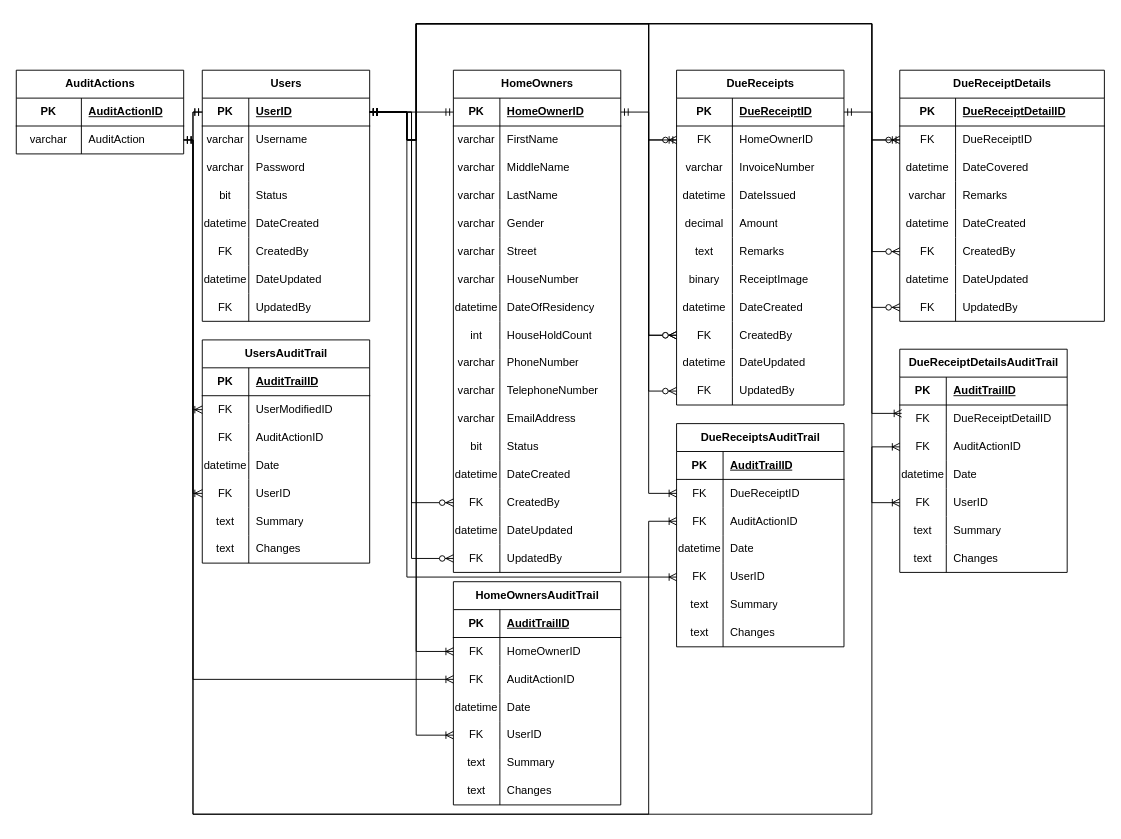
The draw.io diagram ERD/Favihomas ERD.drawio in tatercodes/Favihomas, before the edit. Source tidied: cells renumbered, new cells numbered last; positions are measured from the earlier drawing's top-left corner, leaving out a move shared by most shapes. Both pictures are drawn from the tidied source at 93%, with x=0, y=0 at pixel (16, 23).
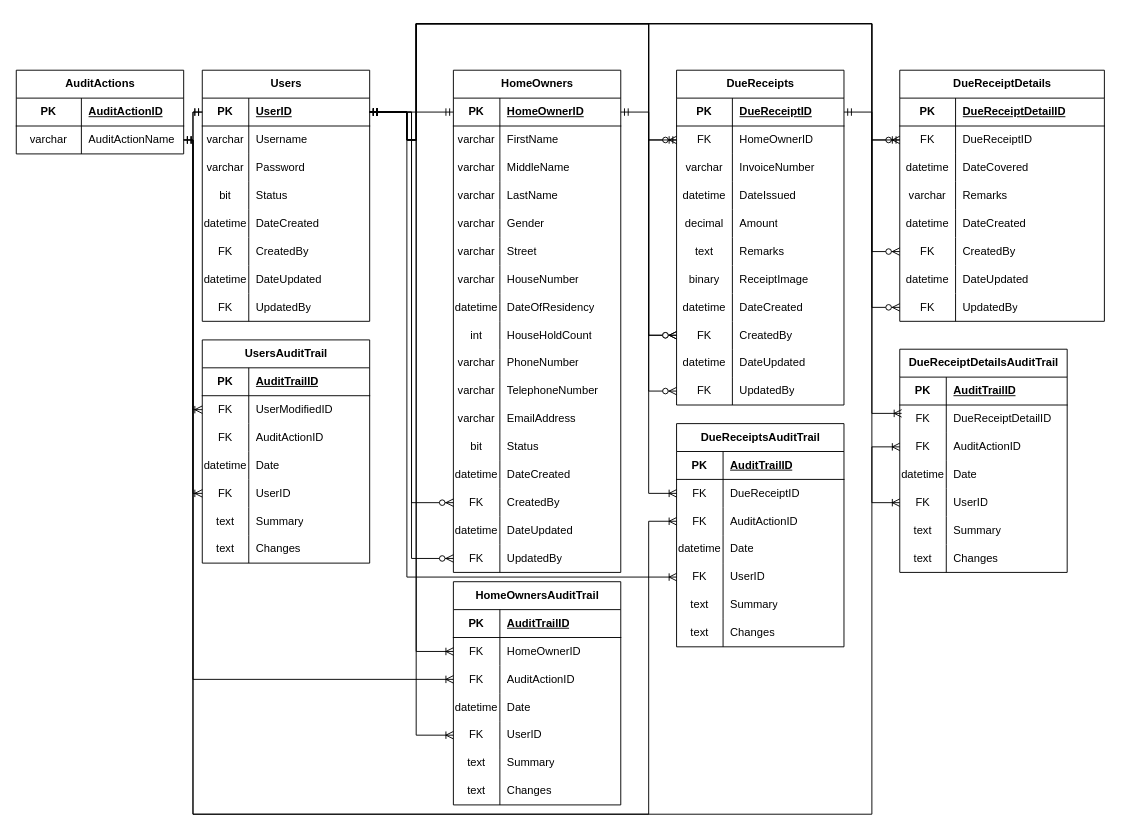
The same page after the edit.

Unchanged cells that the change refers to:
```xml
<mxCell id="220" style="shape=tableRow;horizontal=0;startSize=0;swimlaneHead=0;swimlaneBody=0;fillColor=none;points=[[0,0.5],[1,0.5]];portConstraint=eastwest;top=0;left=0;right=0;bottom=0;" parent="216" vertex="1">
  <mxGeometry y="60" width="180" height="30" as="geometry" />
</mxCell>
```

The edit, as a diff of the source:
```diff
@@
-    <mxCell id="222" value="AuditAction" style="shape=partialRectangle;fillColor=none;top=0;left=0;bottom=0;right=0;align=left;spacingLeft=6;overflow=hidden;whiteSpace=wrap;html=1;" parent="220" vertex="1">
+    <mxCell id="222" value="AuditActionName" style="shape=partialRectangle;fillColor=none;top=0;left=0;bottom=0;right=0;align=left;spacingLeft=6;overflow=hidden;whiteSpace=wrap;html=1;" parent="220" vertex="1">
       <mxGeometry x="70" width="110" height="30" as="geometry" />
     </mxCell>
```
